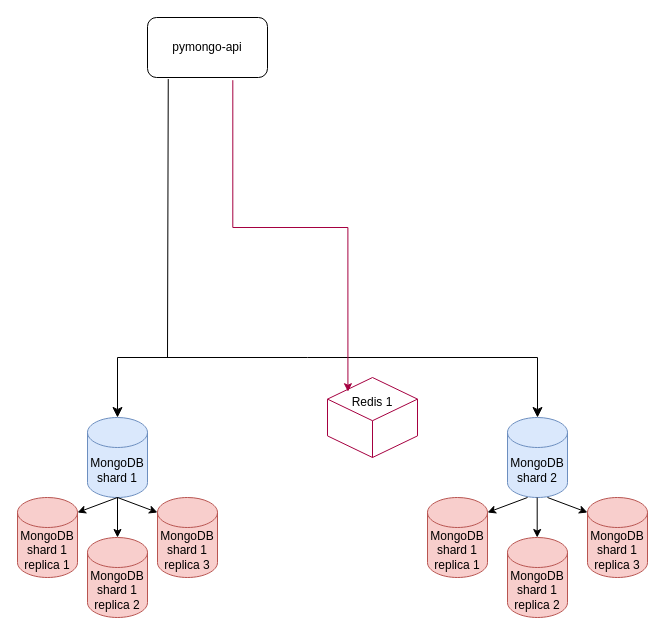
Earlier version of the draw.io diagram page "task 4 cache" (4 of 6) of sprint2tasks.drawio (6-abs-dev/YP_sprint2). Source tidied: cells renumbered, new cells numbered last; positions are measured from the earlier drawing's top-left corner, leaving out a move shared by most shapes. Both pictures are drawn from the tidied source at 100%, with x=0, y=0 at pixel (17, 17).
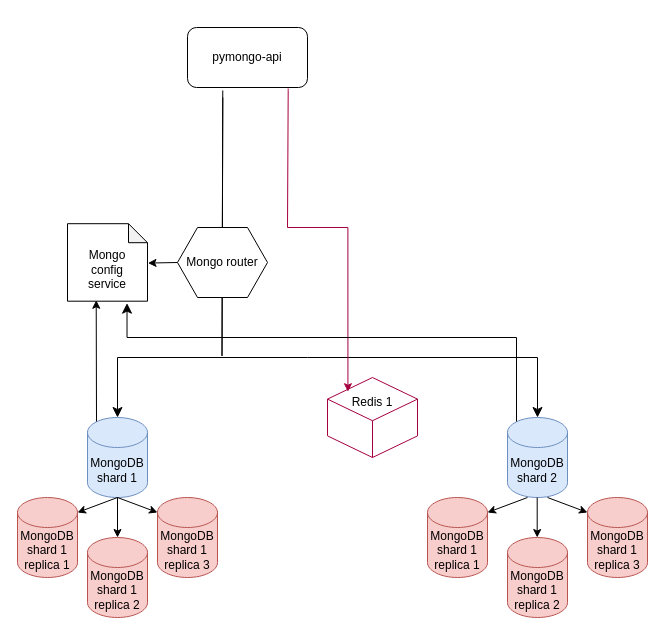
After the change.

The change refers to these unchanged cells:
```xml
<mxCell id="20" style="html=1;shape=mxgraph.basic.isocube;isoAngle=15;fillColor=none;fontColor=#ffffff;strokeColor=#A50040;" parent="1" vertex="1">
  <mxGeometry x="310" y="360" width="90" height="80" as="geometry" />
</mxCell>
```

What changed in the source:
```diff
@@
     <mxCell id="3" value="pymongo-api" style="rounded=1;whiteSpace=wrap;html=1;" parent="1" vertex="1">
-      <mxGeometry x="130" width="120" height="60" as="geometry" />
+      <mxGeometry x="170" y="10" width="120" height="60" as="geometry" />
     </mxCell>
@@
-    <mxCell id="13" style="endArrow=none;html=1;rounded=0;entryX=0.173;entryY=1.026;entryDx=0;entryDy=0;entryPerimeter=0;" parent="1" edge="1" target="3">
+    <mxCell id="13" style="endArrow=none;html=1;rounded=0;entryX=0.173;entryY=1.026;entryDx=0;entryDy=0;entryPerimeter=0;" parent="1" edge="1">
       <mxGeometry relative="1" as="geometry">
-        <mxPoint x="150" y="340" as="sourcePoint" />
+        <mxPoint x="204.5" y="338.4" as="sourcePoint" />
+        <mxPoint x="205.3" y="80" as="targetPoint" />
       </mxGeometry>
     </mxCell>
@@
-    <mxCell id="21" style="edgeStyle=orthogonalEdgeStyle;rounded=0;jettySize=auto;html=1;exitX=0.711;exitY=1.045;exitDx=0;exitDy=0;exitPerimeter=0;fillColor=#d80073;strokeColor=#A50040;entryX=0.227;entryY=0.178;entryDx=0;entryDy=0;entryPerimeter=0;" parent="1" edge="1" source="3" target="20">
+    <mxCell id="21" style="edgeStyle=orthogonalEdgeStyle;rounded=0;jettySize=auto;html=1;fillColor=#d80073;strokeColor=#A50040;entryX=0.227;entryY=0.178;entryDx=0;entryDy=0;entryPerimeter=0;exitX=0.839;exitY=1.017;exitDx=0;exitDy=0;exitPerimeter=0;" parent="1" edge="1" source="3" target="20">
       <mxGeometry relative="1" as="geometry">
         <Array as="points">
-          <mxPoint x="215" y="210" />
+          <mxPoint x="271" y="73" />
+          <mxPoint x="270" y="73" />
+          <mxPoint x="270" y="210" />
           <mxPoint x="330" y="210" />
         </Array>
       </mxGeometry>
     </mxCell>
@@
+    <mxCell id="23" value="&lt;div&gt;&lt;br&gt;&lt;/div&gt;Mongo&lt;br&gt;config&lt;br&gt;service" style="shape=note;whiteSpace=wrap;html=1;backgroundOutline=1;darkOpacity=0.05;size=19;" parent="1" vertex="1">
+      <mxGeometry x="50" y="206.2" width="80" height="77.5" as="geometry" />
+    </mxCell>
+    <mxCell id="24" style="endArrow=classic;html=1;rounded=0;entryX=0.359;entryY=0.988;entryDx=0;entryDy=0;entryPerimeter=0;exitX=0.145;exitY=0;exitDx=0;exitDy=4.35;exitPerimeter=0;" parent="1" edge="1" target="23">
+      <mxGeometry relative="1" as="geometry">
+        <mxPoint x="79" y="404" as="sourcePoint" />
+      </mxGeometry>
+    </mxCell>
+    <mxCell id="25" style="endArrow=classic;html=1;rounded=0;exitX=0;exitY=0.5;exitDx=0;exitDy=0;entryX=1.006;entryY=0.508;entryDx=0;entryDy=0;entryPerimeter=0;" parent="1" edge="1" source="28" target="23">
+      <mxGeometry relative="1" as="geometry" />
+    </mxCell>
+    <mxCell id="26" style="edgeStyle=elbowEdgeStyle;elbow=vertical;endArrow=classic;html=1;curved=0;rounded=0;endSize=8;startSize=8;exitX=0.145;exitY=0;exitDx=0;exitDy=4.35;exitPerimeter=0;entryX=0.744;entryY=1.025;entryDx=0;entryDy=0;entryPerimeter=0;" parent="1" edge="1" target="23">
+      <mxGeometry relative="1" as="geometry">
+        <mxPoint x="499" y="404" as="sourcePoint" />
+        <Array as="points">
+          <mxPoint x="310" y="320" />
+        </Array>
+      </mxGeometry>
+    </mxCell>
+    <mxCell id="27" style="endArrow=none;html=1;rounded=0;entryX=0.294;entryY=1.05;entryDx=0;entryDy=0;entryPerimeter=0;" parent="1" edge="1" target="3">
+      <mxGeometry relative="1" as="geometry">
+        <mxPoint x="204.5" y="338.4" as="sourcePoint" />
+      </mxGeometry>
+    </mxCell>
+    <mxCell id="28" value="Mongo router" style="shape=hexagon;perimeter=hexagonPerimeter2;whiteSpace=wrap;html=1;fixedSize=1;" parent="1" vertex="1">
+      <mxGeometry x="160" y="210" width="90" height="70" as="geometry" />
+    </mxCell>
```
